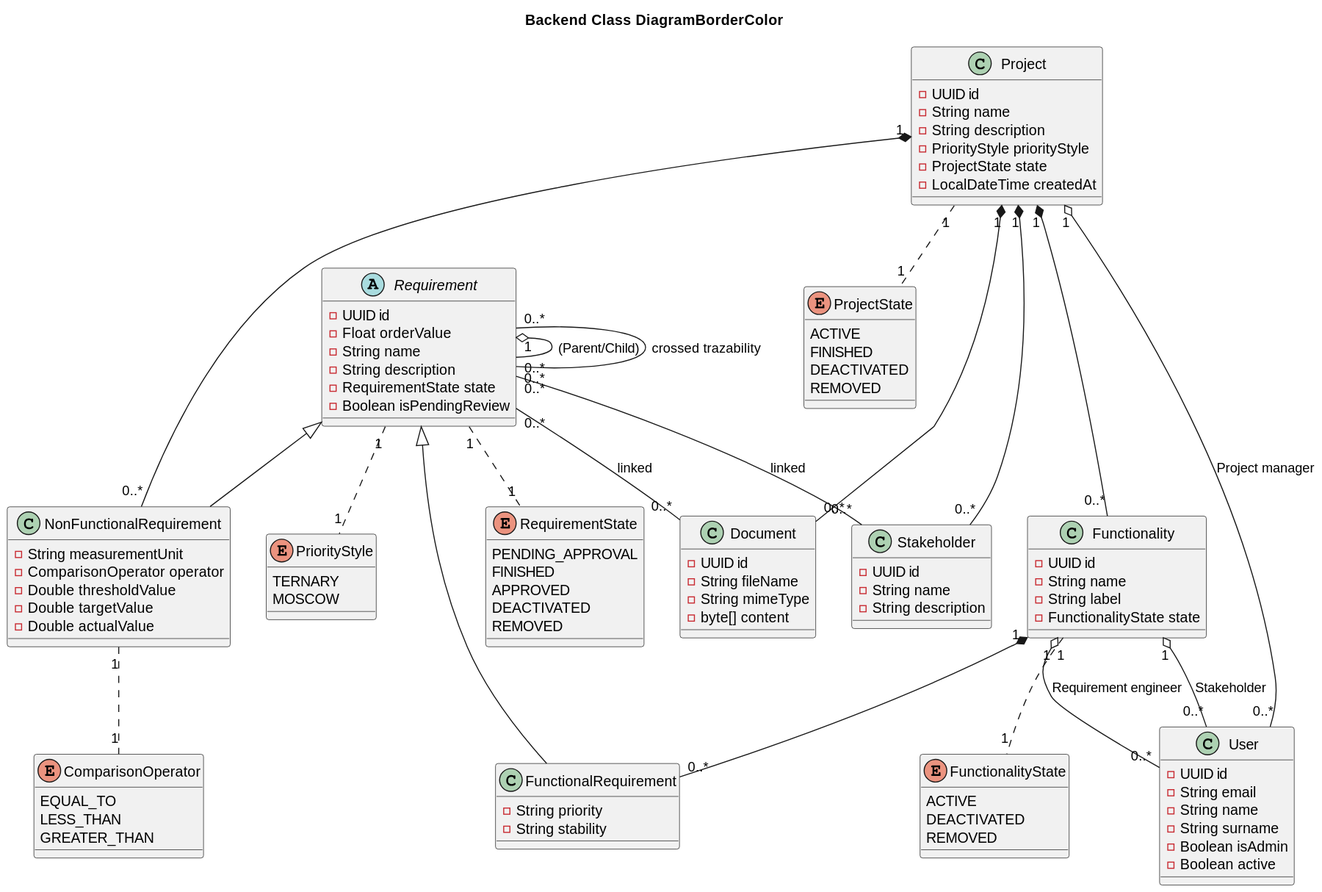
Before: docs/diagrams/backendClassDiagram.svg, a diagram exported from PlantUML (Y4vra/IRBoard). Source of this version:
```plantuml
@startuml
title Backend Class DiagramBorderColor

enum PriorityStyle {
    TERNARY
    MOSCOW
}

enum ProjectState {
    ACTIVE
    FINISHED
    DEACTIVATED
    REMOVED
}

enum FunctionalityState {
    ACTIVE
    DEACTIVATED
    REMOVED
}

enum RequirementState {
    PENDING_APPROVAL
    FINISHED
    APPROVED
    DEACTIVATED
    REMOVED
}

enum ComparisonOperator {
    EQUAL_TO
    LESS_THAN
    GREATER_THAN
}

class Project {
    - UUID id
    - String name
    - String description
    - PriorityStyle priorityStyle
    - ProjectState state
    - LocalDateTime createdAt
}

class Functionality {
    - UUID id
    - String name
    - String label
    - FunctionalityState state
}

abstract class Requirement {
    - UUID id
    - Float orderValue
    - String name
    - String description
    - RequirementState state
    - Boolean isPendingReview
}

class FunctionalRequirement {
    - String priority
    - String stability
}

class NonFunctionalRequirement {
    - String measurementUnit
    - ComparisonOperator operator
    - Double thresholdValue
    - Double targetValue
    - Double actualValue
}

class Stakeholder {
    - UUID id
    - String name
    - String description
}

class Document {
    - UUID id
    - String fileName
    - String mimeType
    - byte[] content
}

class User {
    - UUID id
    - String email
    - String name
    - String surname
    - Boolean isAdmin
    - Boolean active
}

Project "1" .. "1" ProjectState
Functionality "1" .. "1" FunctionalityState
Requirement "1" .. "1" RequirementState
Requirement "1" .. "1" PriorityStyle
NonFunctionalRequirement "1" .. "1" ComparisonOperator

Project "1" *-down-- "0..*" Functionality
Project "1" *--- "0..*" NonFunctionalRequirement
Project "1" *--- "0..*" Document
Project "1" *--- "0..*" Stakeholder

Functionality "1" *-- "0..*" FunctionalRequirement

Requirement <|- FunctionalRequirement
Requirement <|- NonFunctionalRequirement

Requirement "0..*" -- "0..*" Stakeholder : linked
Requirement "1" o-- "0..*" Requirement : (Parent/Child)
Requirement "0..*" -- "0..*" Requirement : crossed trazability
Requirement "0..*" -- "0..*" Document : linked

Project "1" o-- "0..*" User : Project manager
Functionality "1" o-- "0..*" User : Requirement engineer
Functionality "1" o-- "0..*" User : Stakeholder
@enduml
```
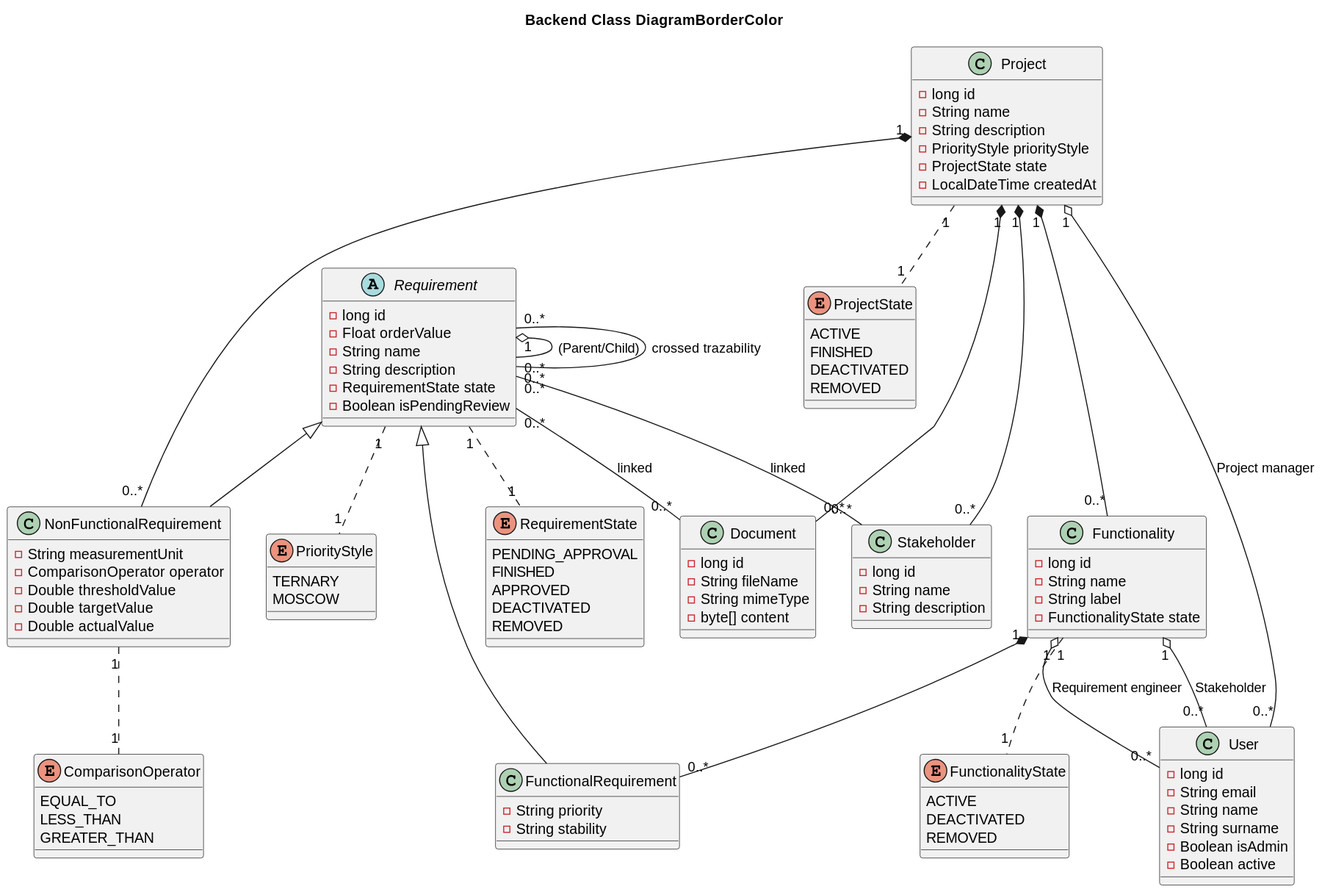
Later version of the same file.

Change to the diagram source:
```diff
@@ -34,7 +34,7 @@
 }
 
 class Project {
-    - UUID id
+    - long id
     - String name
     - String description
     - PriorityStyle priorityStyle
@@ -43,14 +43,14 @@
 }
 
 class Functionality {
-    - UUID id
+    - long id
     - String name
     - String label
     - FunctionalityState state
 }
 
 abstract class Requirement {
-    - UUID id
+    - long id
     - Float orderValue
     - String name
     - String description
@@ -72,20 +72,20 @@
 }
 
 class Stakeholder {
-    - UUID id
+    - long id
     - String name
     - String description
 }
 
 class Document {
-    - UUID id
+    - long id
     - String fileName
     - String mimeType
     - byte[] content
 }
 
 class User {
-    - UUID id
+    - long id
     - String email
     - String name
     - String surname
```
